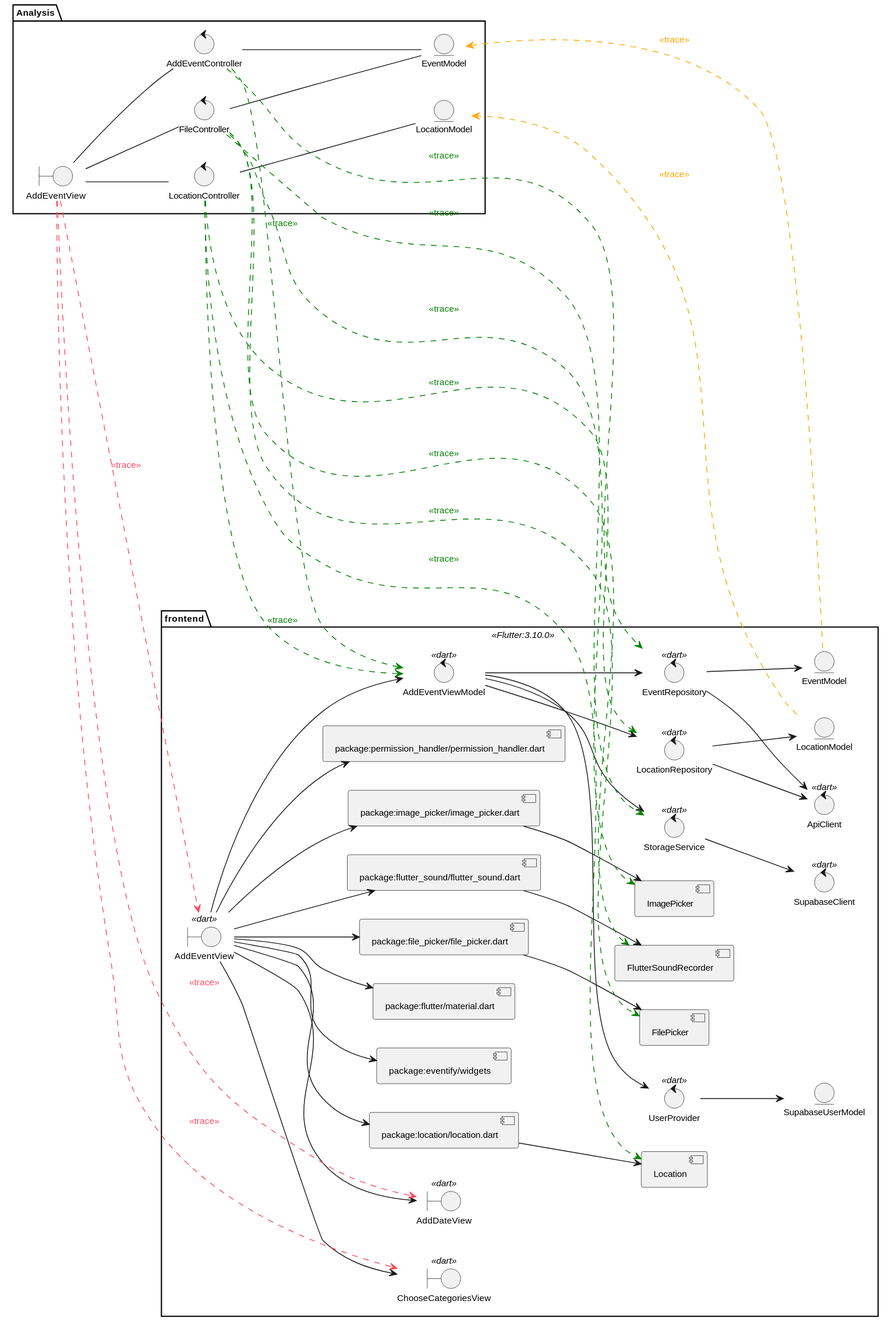
Earlier version of the PlantUML export Diseño/Flutter/UC 6 Diseño/diagramas/TraceAnalysisClassDiagram.svg (valeraruggierotesisucv/tesis-frameworks-mobile-diagrams). Source of this version:
```plantuml
@startuml
skinparam style strictuml
left to right direction
skinparam defaultTextAlignment center
skinparam defaultFontSize 11



package Analysis {
    entity "EventModel" as eventModelAnalysis
    entity "LocationModel" as locationModelAnalysis

    boundary "AddEventView" as addEventViewAnalysis

    control "FileController" as fileController
    control "AddEventController" as addEventController
    control "LocationController" as locationController

    addEventViewAnalysis -- addEventController
    addEventViewAnalysis -- locationController
    addEventViewAnalysis -- fileController

    addEventController -- eventModelAnalysis
    fileController -- eventModelAnalysis
    locationController -- locationModelAnalysis
}

package frontend <<Flutter:3.10.0>>{
    boundary "AddEventView" as addEventView << dart >>
    boundary "AddDateView" as addDateView << dart >>
    boundary "ChooseCategoriesView" as chooseCategoriesView << dart >>

    component "package:eventify/widgets" as widgets
    component "package:flutter/material.dart" as material
    component "package:location/location.dart" as locationPackage
    component "package:file_picker/file_picker.dart" as flutterFilePicker
    component "package:flutter_sound/flutter_sound.dart" as flutterSound
    component "package:permission_handler/permission_handler.dart" as permissionHandler
    component "package:image_picker/image_picker.dart" as flutterImagePicker
    component "Location" as location
    component "FilePicker" as filePicker
    component "FlutterSoundRecorder" as flutterSoundRecorder
    component "ImagePicker" as imagePicker

    control "EventRepository" as eventRepository << dart >>
    control "LocationRepository" as locationRepository << dart >>
    control "StorageService" as storageService << dart >>
    control "UserProvider" as userProvider << dart >>
    control "ApiClient" as apiClient << dart >>
    control "SupabaseClient" as supabaseClient << dart >>
    control "AddEventViewModel" as addEventViewModel << dart >>

    entity "EventModel" as eventModel
    entity "LocationModel" as locationModel
    entity "SupabaseUserModel" as supabaseUserModel
}



addEventView --> addDateView
addEventView --> chooseCategoriesView
addEventView --> widgets
addEventView --> material
addEventView --> locationPackage
addEventView --> flutterFilePicker
addEventView --> flutterSound
addEventView --> permissionHandler
addEventView --> flutterImagePicker
addEventView --> addEventViewModel

addEventViewModel --> eventRepository
addEventViewModel --> locationRepository
addEventViewModel --> storageService
addEventViewModel --> userProvider

eventRepository --> apiClient
eventRepository --> eventModel

locationRepository --> apiClient
locationRepository --> locationModel

storageService --> supabaseClient

userProvider --> supabaseUserModel

locationPackage --> location
flutterFilePicker --> filePicker
flutterSound --> flutterSoundRecorder
flutterImagePicker --> imagePicker

addEventViewAnalysis .[#ff4b5d].> addEventView : <font color=#ff4b5d><<trace>></font>
addEventViewAnalysis .[#ff4b5d].> addDateView : <font color=#ff4b5d><<trace>></font>
addEventViewAnalysis .[#ff4b5d].> chooseCategoriesView : <font color=#ff4b5d><<trace>></font>

addEventController .[#green].> addEventViewModel : <font color=green><<trace>></font>
addEventController .[#green].> eventRepository : <font color=green><<trace>></font>
fileController .[#green].> storageService : <font color=green><<trace>></font>
locationController .[#green].> addEventViewModel : <font color=green><<trace>></font>
locationController .[#green].> locationRepository : <font color=green><<trace>></font>
locationController .[#green].> location : <font color=green><<trace>></font>
fileController .[#green].> imagePicker : <font color=green><<trace>></font>
fileController .[#green].> flutterSoundRecorder : <font color=green><<trace>></font>
fileController .[#green].> filePicker : <font color=green><<trace>></font>


eventModel .[#orange].> eventModelAnalysis : <font color=orange><<trace>></font>
locationModel .[#orange].> locationModelAnalysis : <font color=orange><<trace>></font>

@end

PlantUML version 1.2024.3(Thu Feb 15 15:40:05 VET 2024)
(GPLv2 source distribution)
Java Runtime: Java(TM) SE Runtime Environment
JVM: Java HotSpot(TM) 64-Bit Server VM
Default Encoding: UTF-8
Language: es
Country: VE
@enduml
```
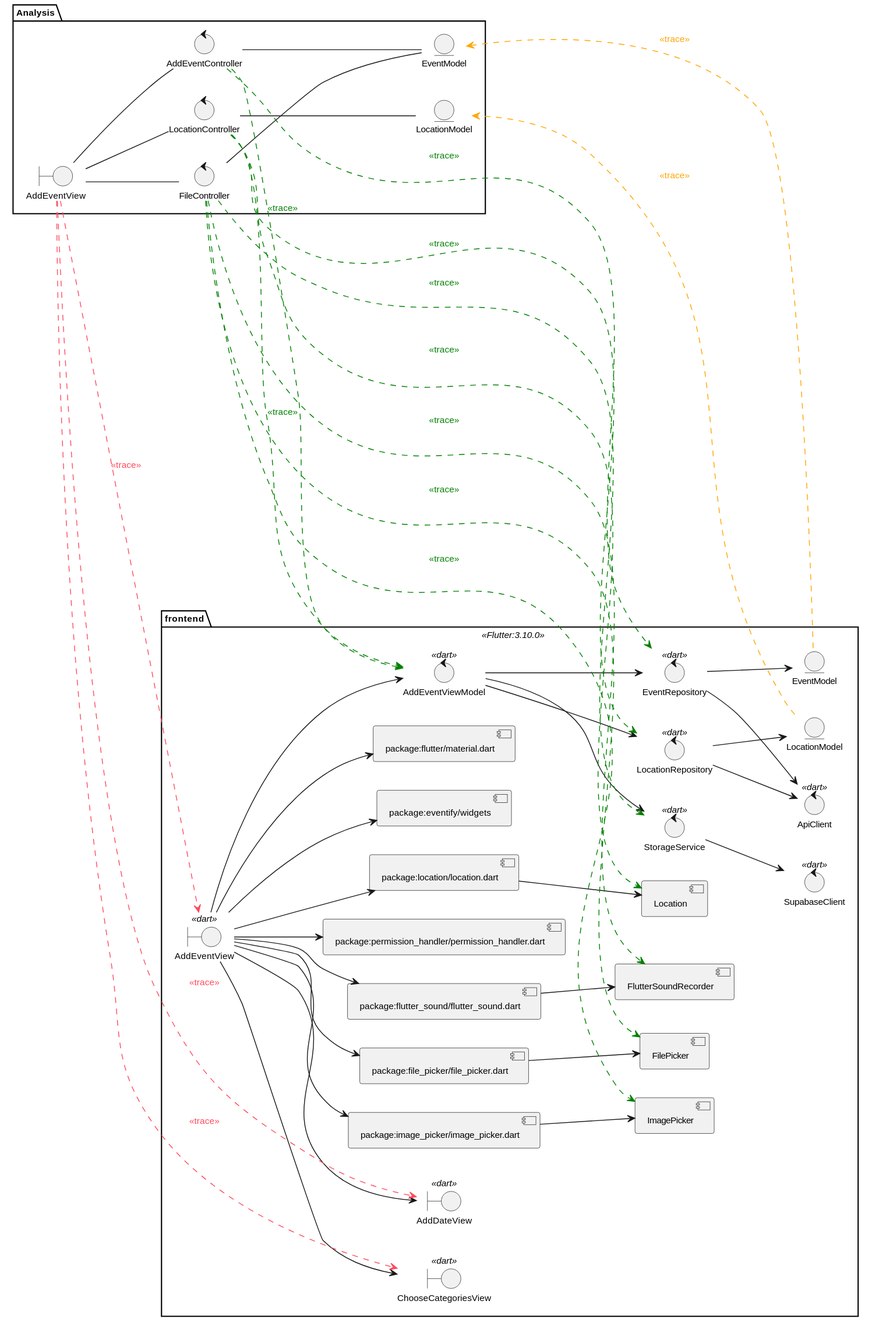
The same diagram one commit later.

Commit message:
Remove UserProvider and SupabaseUserModel references from design diagrams

The edit, as a diff of the source:
```diff
@@ -45,15 +45,15 @@
     control "EventRepository" as eventRepository << dart >>
     control "LocationRepository" as locationRepository << dart >>
     control "StorageService" as storageService << dart >>
-    control "UserProvider" as userProvider << dart >>
+
     control "ApiClient" as apiClient << dart >>
     control "SupabaseClient" as supabaseClient << dart >>
     control "AddEventViewModel" as addEventViewModel << dart >>
 
     entity "EventModel" as eventModel
     entity "LocationModel" as locationModel
-    entity "SupabaseUserModel" as supabaseUserModel
 }
+
 
 
 
@@ -71,7 +71,6 @@
 addEventViewModel --> eventRepository
 addEventViewModel --> locationRepository
 addEventViewModel --> storageService
-addEventViewModel --> userProvider
 
 eventRepository --> apiClient
 eventRepository --> eventModel
@@ -80,8 +79,6 @@
 locationRepository --> locationModel
 
 storageService --> supabaseClient
-
-userProvider --> supabaseUserModel
 
 locationPackage --> location
 flutterFilePicker --> filePicker
```
